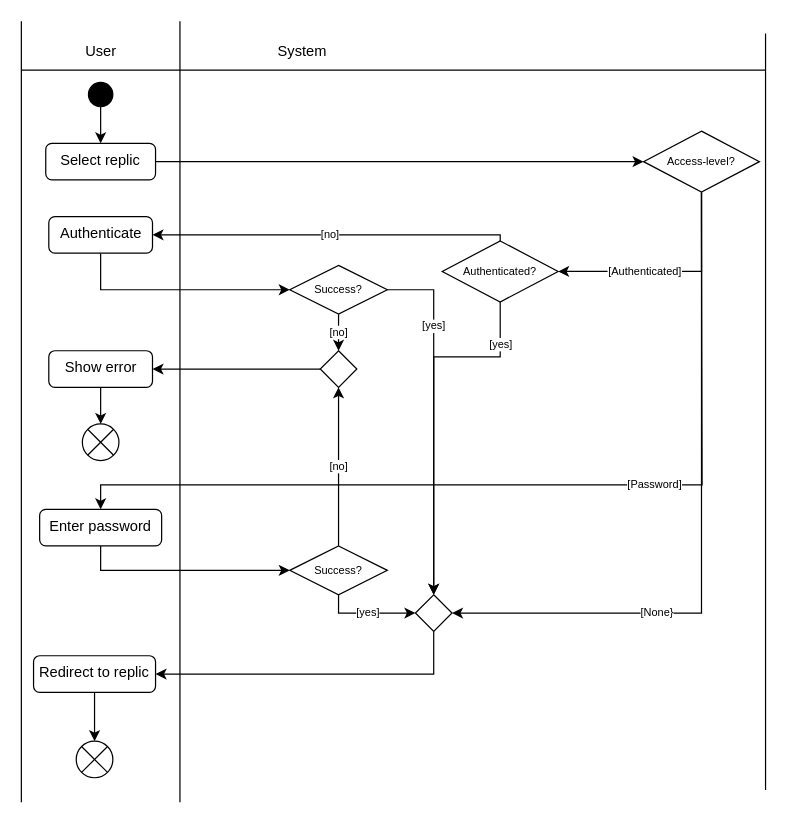
Above: media/activity-diagrams/src/select-replic.drawio in replic-read/requirements (draw.io), before the change. Source tidied: cells renumbered, new cells numbered last; positions are measured from the earlier drawing's top-left corner, leaving out a move shared by most shapes. Both pictures are drawn from the tidied source at 122%, with x=0, y=0 at pixel (21, 21).
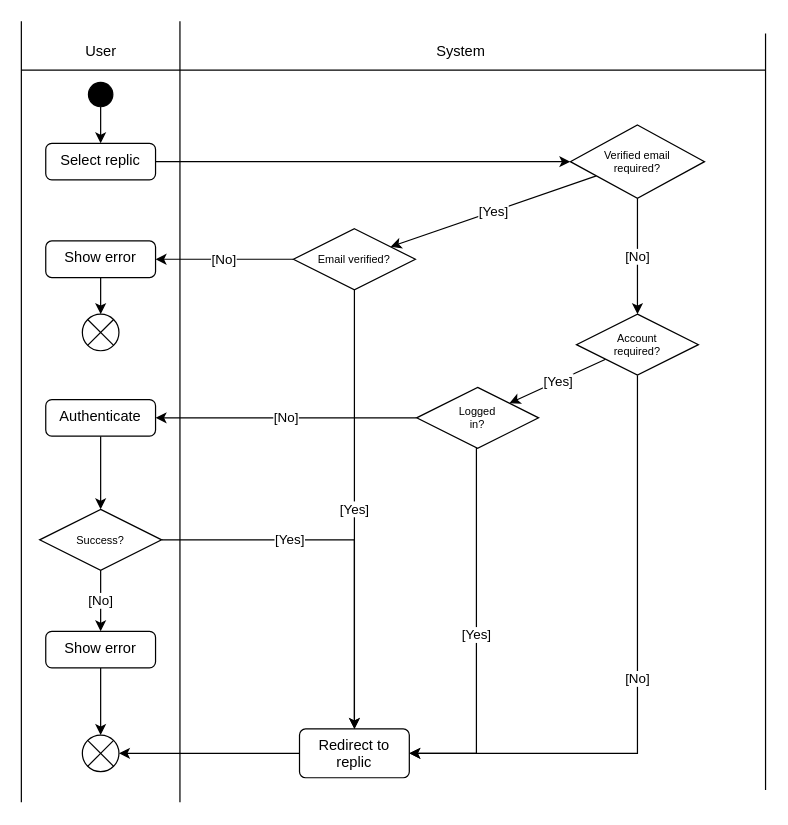
Above is the later version.

Change to the diagram source:
```diff
@@
     <mxCell id="3" value="System" style="text;html=1;align=center;verticalAlign=middle;strokeColor=none;fillColor=none;" parent="1" vertex="1">
-      <mxGeometry x="200" y="10" width="60" height="30" as="geometry" />
+      <mxGeometry x="330" y="10" width="60" height="30" as="geometry" />
     </mxCell>
@@
-    <mxCell id="12" style="edgeStyle=orthogonalEdgeStyle;rounded=0;jettySize=auto;html=1;fontFamily=Helvetica;fontSize=9;fontColor=default;" parent="1" edge="1" source="13" target="26">
-      <mxGeometry relative="1" as="geometry">
-        <Array as="points">
-          <mxPoint x="65" y="220" />
-        </Array>
-      </mxGeometry>
-    </mxCell>
+    <mxCell id="39" value="[No]" style="edgeStyle=orthogonalEdgeStyle;rounded=0;jettySize=auto;html=1;" parent="1" edge="1" source="20" target="46">
+      <mxGeometry relative="1" as="geometry" />
+    </mxCell>
+    <mxCell id="40" value="[Yes]" style="rounded=0;jettySize=auto;html=1;" parent="1" edge="1" source="20" target="43">
+      <mxGeometry relative="1" as="geometry" />
+    </mxCell>
+    <mxCell id="20" value="Verified email&#10;required?" style="rhombus;fontSize=9;" parent="1" vertex="1">
+      <mxGeometry x="450" y="85" width="110" height="60" as="geometry" />
+    </mxCell>
+    <mxCell id="41" value="[Yes]" style="edgeStyle=orthogonalEdgeStyle;rounded=0;jettySize=auto;html=1;" parent="1" edge="1" source="43" target="16">
+      <mxGeometry relative="1" as="geometry" />
+    </mxCell>
+    <mxCell id="42" value="[No]" style="edgeStyle=orthogonalEdgeStyle;rounded=0;jettySize=auto;html=1;" parent="1" edge="1" source="43" target="52">
+      <mxGeometry relative="1" as="geometry" />
+    </mxCell>
+    <mxCell id="43" value="Email verified?" style="rhombus;fontSize=9;" parent="1" vertex="1">
+      <mxGeometry x="223" y="170" width="100" height="50" as="geometry" />
+    </mxCell>
+    <mxCell id="44" value="[Yes]" style="rounded=0;jettySize=auto;html=1;" parent="1" edge="1" source="46" target="49">
+      <mxGeometry relative="1" as="geometry" />
+    </mxCell>
+    <mxCell id="45" value="[No]" style="edgeStyle=orthogonalEdgeStyle;rounded=0;jettySize=auto;html=1;" parent="1" edge="1" source="46" target="16">
+      <mxGeometry relative="1" as="geometry">
+        <Array as="points">
+          <mxPoint x="505" y="600" />
+        </Array>
+      </mxGeometry>
+    </mxCell>
+    <mxCell id="46" value="Account&#10;required?" style="rhombus;fontSize=9;" parent="1" vertex="1">
+      <mxGeometry x="455" y="240" width="100" height="50" as="geometry" />
+    </mxCell>
+    <mxCell id="47" value="[Yes]" style="edgeStyle=orthogonalEdgeStyle;rounded=0;jettySize=auto;html=1;" parent="1" edge="1" source="49" target="16">
+      <mxGeometry relative="1" as="geometry">
+        <Array as="points">
+          <mxPoint x="373" y="600" />
+        </Array>
+      </mxGeometry>
+    </mxCell>
+    <mxCell id="48" value="[No]" style="edgeStyle=orthogonalEdgeStyle;rounded=0;jettySize=auto;html=1;" parent="1" edge="1" source="49" target="13">
+      <mxGeometry relative="1" as="geometry" />
+    </mxCell>
+    <mxCell id="49" value="Logged&#10;in?" style="rhombus;fontSize=9;" parent="1" vertex="1">
+      <mxGeometry x="324" y="300" width="100" height="50" as="geometry" />
+    </mxCell>
+    <mxCell id="50" style="edgeStyle=orthogonalEdgeStyle;rounded=0;jettySize=auto;html=1;" parent="1" edge="1" source="16" target="60">
+      <mxGeometry relative="1" as="geometry" />
+    </mxCell>
+    <mxCell id="16" value="&lt;div&gt;Redirect to&lt;/div&gt;&lt;div&gt;replic&lt;/div&gt;" style="html=1;align=center;verticalAlign=top;rounded=1;absoluteArcSize=1;arcSize=10;dashed=0;whiteSpace=wrap;" parent="1" vertex="1">
+      <mxGeometry x="228" y="580" width="90" height="40" as="geometry" />
+    </mxCell>
+    <mxCell id="51" style="edgeStyle=orthogonalEdgeStyle;rounded=0;jettySize=auto;html=1;" parent="1" edge="1" source="52" target="53">
+      <mxGeometry relative="1" as="geometry" />
+    </mxCell>
+    <mxCell id="52" value="Show error" style="html=1;align=center;verticalAlign=top;rounded=1;absoluteArcSize=1;arcSize=10;dashed=0;whiteSpace=wrap;" parent="1" vertex="1">
+      <mxGeometry x="20" y="180" width="90" height="30" as="geometry" />
+    </mxCell>
+    <mxCell id="53" style="shape=sumEllipse;perimeter=ellipsePerimeter;html=1;backgroundOutline=1;strokeColor=default;align=center;verticalAlign=middle;spacingBottom=7;fontFamily=Helvetica;fontSize=9;fontColor=default;fillColor=default;" parent="1" vertex="1">
+      <mxGeometry x="50" y="240" width="30" height="30" as="geometry" />
+    </mxCell>
+    <mxCell id="54" style="edgeStyle=orthogonalEdgeStyle;rounded=0;jettySize=auto;html=1;" parent="1" edge="1" source="13" target="57">
+      <mxGeometry relative="1" as="geometry" />
+    </mxCell>
     <mxCell id="13" value="Authenticate" style="html=1;align=center;verticalAlign=top;rounded=1;absoluteArcSize=1;arcSize=10;dashed=0;whiteSpace=wrap;" parent="1" vertex="1">
-      <mxGeometry x="22.5" y="160" width="85" height="30" as="geometry" />
+      <mxGeometry x="20" y="310" width="90" height="30" as="geometry" />
     </mxCell>
-    <mxCell id="14" style="shape=sumEllipse;perimeter=ellipsePerimeter;html=1;backgroundOutline=1;strokeColor=default;align=center;verticalAlign=middle;spacingBottom=7;fontFamily=Helvetica;fontSize=9;fontColor=default;fillColor=default;" parent="1" vertex="1">
-      <mxGeometry x="45" y="590" width="30" height="30" as="geometry" />
-    </mxCell>
-    <mxCell id="15" style="edgeStyle=orthogonalEdgeStyle;rounded=0;jettySize=auto;html=1;fontFamily=Helvetica;fontSize=9;fontColor=default;" parent="1" edge="1" source="16" target="14">
-      <mxGeometry relative="1" as="geometry" />
-    </mxCell>
-    <mxCell id="16" value="Redirect to replic" style="html=1;align=center;verticalAlign=top;rounded=1;absoluteArcSize=1;arcSize=10;dashed=0;whiteSpace=wrap;" parent="1" vertex="1">
-      <mxGeometry x="10" y="520" width="100" height="30" as="geometry" />
-    </mxCell>
-    <mxCell id="17" value="[Authenticated]" style="edgeStyle=orthogonalEdgeStyle;rounded=0;jettySize=auto;html=1;fontFamily=Helvetica;fontSize=9;fontColor=default;" parent="1" edge="1" source="20" target="23">
-      <mxGeometry x="0.23" relative="1" as="geometry">
-        <Array as="points">
-          <mxPoint x="558" y="205" />
-        </Array>
-      </mxGeometry>
-    </mxCell>
-    <mxCell id="18" value="[Password]" style="edgeStyle=orthogonalEdgeStyle;rounded=0;jettySize=auto;html=1;fontFamily=Helvetica;fontSize=9;fontColor=default;" parent="1" edge="1" source="20" target="30">
-      <mxGeometry x="-0.26" relative="1" as="geometry">
-        <Array as="points">
-          <mxPoint x="558" y="160" />
-          <mxPoint x="558" y="380" />
-          <mxPoint x="65" y="380" />
-        </Array>
-      </mxGeometry>
-    </mxCell>
-    <mxCell id="19" value="[None}" style="edgeStyle=orthogonalEdgeStyle;rounded=0;jettySize=auto;html=1;fontFamily=Helvetica;fontSize=9;fontColor=default;" parent="1" edge="1" source="20" target="28">
-      <mxGeometry x="0.39" relative="1" as="geometry">
-        <Array as="points">
-          <mxPoint x="557" y="485" />
-        </Array>
-      </mxGeometry>
-    </mxCell>
-    <mxCell id="20" value="Access-level?" style="rhombus;fontSize=9;" parent="1" vertex="1">
-      <mxGeometry x="510" y="90" width="95" height="50" as="geometry" />
-    </mxCell>
-    <mxCell id="21" value="[no]" style="edgeStyle=orthogonalEdgeStyle;rounded=0;jettySize=auto;html=1;fontFamily=Helvetica;fontSize=9;fontColor=default;" parent="1" edge="1" source="23" target="13">
-      <mxGeometry relative="1" as="geometry">
-        <Array as="points">
-          <mxPoint x="393" y="175" />
-        </Array>
-      </mxGeometry>
-    </mxCell>
-    <mxCell id="22" value="[yes]" style="edgeStyle=orthogonalEdgeStyle;rounded=0;jettySize=auto;html=1;fontFamily=Helvetica;fontSize=9;fontColor=default;" parent="1" edge="1" source="23" target="28">
-      <mxGeometry x="-0.76" relative="1" as="geometry">
-        <Array as="points">
-          <mxPoint x="393" y="275" />
-        </Array>
-      </mxGeometry>
-    </mxCell>
-    <mxCell id="23" value="Authenticated?" style="rhombus;fontSize=9;" parent="1" vertex="1">
-      <mxGeometry x="345" y="180" width="95" height="50" as="geometry" />
-    </mxCell>
-    <mxCell id="24" value="[yes]" style="edgeStyle=orthogonalEdgeStyle;rounded=0;jettySize=auto;html=1;fontFamily=Helvetica;fontSize=9;fontColor=default;" parent="1" edge="1" source="26" target="28">
-      <mxGeometry x="-0.53" relative="1" as="geometry" />
-    </mxCell>
-    <mxCell id="25" value="[no]" style="edgeStyle=orthogonalEdgeStyle;rounded=0;jettySize=auto;html=1;fontFamily=Helvetica;fontSize=9;fontColor=default;" parent="1" edge="1" source="26" target="37">
-      <mxGeometry relative="1" as="geometry" />
-    </mxCell>
-    <mxCell id="26" value="Success?" style="rhombus;fontSize=9;" parent="1" vertex="1">
-      <mxGeometry x="220" y="200" width="80" height="40" as="geometry" />
-    </mxCell>
-    <mxCell id="27" style="edgeStyle=orthogonalEdgeStyle;rounded=0;jettySize=auto;html=1;fontFamily=Helvetica;fontSize=9;fontColor=default;" parent="1" edge="1" source="28" target="16">
-      <mxGeometry relative="1" as="geometry">
-        <Array as="points">
-          <mxPoint x="338" y="535" />
-        </Array>
-      </mxGeometry>
-    </mxCell>
-    <mxCell id="28" style="rhombus;strokeColor=default;align=center;verticalAlign=middle;spacingBottom=7;fontFamily=Helvetica;fontSize=9;fontColor=default;fillColor=default;" parent="1" vertex="1">
-      <mxGeometry x="323" y="470" width="30" height="30" as="geometry" />
-    </mxCell>
-    <mxCell id="29" style="edgeStyle=orthogonalEdgeStyle;rounded=0;jettySize=auto;html=1;fontFamily=Helvetica;fontSize=9;fontColor=default;" parent="1" edge="1" source="30" target="33">
-      <mxGeometry relative="1" as="geometry">
-        <Array as="points">
-          <mxPoint x="65" y="400" />
-        </Array>
-      </mxGeometry>
-    </mxCell>
-    <mxCell id="30" value="Enter password" style="html=1;align=center;verticalAlign=top;rounded=1;absoluteArcSize=1;arcSize=10;dashed=0;whiteSpace=wrap;" parent="1" vertex="1">
-      <mxGeometry x="15" y="400" width="100" height="30" as="geometry" />
-    </mxCell>
-    <mxCell id="31" value="[yes]" style="edgeStyle=orthogonalEdgeStyle;rounded=0;jettySize=auto;html=1;fontFamily=Helvetica;fontSize=9;fontColor=default;" parent="1" edge="1" source="33" target="28">
-      <mxGeometry relative="1" as="geometry">
-        <Array as="points">
-          <mxPoint x="260" y="445" />
-        </Array>
-      </mxGeometry>
-    </mxCell>
-    <mxCell id="32" value="[no]" style="edgeStyle=orthogonalEdgeStyle;rounded=0;jettySize=auto;html=1;fontFamily=Helvetica;fontSize=9;fontColor=default;" parent="1" edge="1" source="33" target="37">
-      <mxGeometry relative="1" as="geometry" />
-    </mxCell>
-    <mxCell id="33" value="Success?" style="rhombus;fontSize=9;" parent="1" vertex="1">
-      <mxGeometry x="220" y="430" width="80" height="40" as="geometry" />
-    </mxCell>
-    <mxCell id="34" style="edgeStyle=orthogonalEdgeStyle;rounded=0;jettySize=auto;html=1;fontFamily=Helvetica;fontSize=9;fontColor=default;" parent="1" edge="1" source="35" target="38">
-      <mxGeometry relative="1" as="geometry" />
-    </mxCell>
-    <mxCell id="35" value="Show error" style="html=1;align=center;verticalAlign=top;rounded=1;absoluteArcSize=1;arcSize=10;dashed=0;whiteSpace=wrap;" parent="1" vertex="1">
-      <mxGeometry x="22.5" y="270" width="85" height="30" as="geometry" />
-    </mxCell>
-    <mxCell id="36" style="edgeStyle=orthogonalEdgeStyle;rounded=0;jettySize=auto;html=1;fontFamily=Helvetica;fontSize=9;fontColor=default;" parent="1" edge="1" source="37" target="35">
-      <mxGeometry relative="1" as="geometry" />
-    </mxCell>
-    <mxCell id="37" style="rhombus;strokeColor=default;align=center;verticalAlign=middle;spacingBottom=7;fontFamily=Helvetica;fontSize=9;fontColor=default;fillColor=default;" parent="1" vertex="1">
-      <mxGeometry x="245" y="270" width="30" height="30" as="geometry" />
-    </mxCell>
-    <mxCell id="38" style="shape=sumEllipse;perimeter=ellipsePerimeter;html=1;backgroundOutline=1;strokeColor=default;align=center;verticalAlign=middle;spacingBottom=7;fontFamily=Helvetica;fontSize=9;fontColor=default;fillColor=default;" parent="1" vertex="1">
-      <mxGeometry x="50" y="330" width="30" height="30" as="geometry" />
-    </mxCell>
+    <mxCell id="55" value="[Yes]" style="edgeStyle=orthogonalEdgeStyle;rounded=0;jettySize=auto;html=1;" parent="1" edge="1" source="57" target="16">
+      <mxGeometry x="-0.33" relative="1" as="geometry" />
+    </mxCell>
+    <mxCell id="56" value="[No]" style="edgeStyle=orthogonalEdgeStyle;rounded=0;jettySize=auto;html=1;" parent="1" edge="1" source="57" target="59">
+      <mxGeometry relative="1" as="geometry" />
+    </mxCell>
+    <mxCell id="57" value="Success?" style="rhombus;fontSize=9;" parent="1" vertex="1">
+      <mxGeometry x="15" y="400" width="100" height="50" as="geometry" />
+    </mxCell>
+    <mxCell id="58" style="edgeStyle=orthogonalEdgeStyle;rounded=0;jettySize=auto;html=1;" parent="1" edge="1" source="59" target="60">
+      <mxGeometry relative="1" as="geometry" />
+    </mxCell>
+    <mxCell id="59" value="Show error" style="html=1;align=center;verticalAlign=top;rounded=1;absoluteArcSize=1;arcSize=10;dashed=0;whiteSpace=wrap;" parent="1" vertex="1">
+      <mxGeometry x="20" y="500" width="90" height="30" as="geometry" />
+    </mxCell>
+    <mxCell id="60" style="shape=sumEllipse;perimeter=ellipsePerimeter;html=1;backgroundOutline=1;strokeColor=default;align=center;verticalAlign=middle;spacingBottom=7;fontFamily=Helvetica;fontSize=9;fontColor=default;fillColor=default;" parent="1" vertex="1">
+      <mxGeometry x="50" y="585" width="30" height="30" as="geometry" />
+    </mxCell>
```
